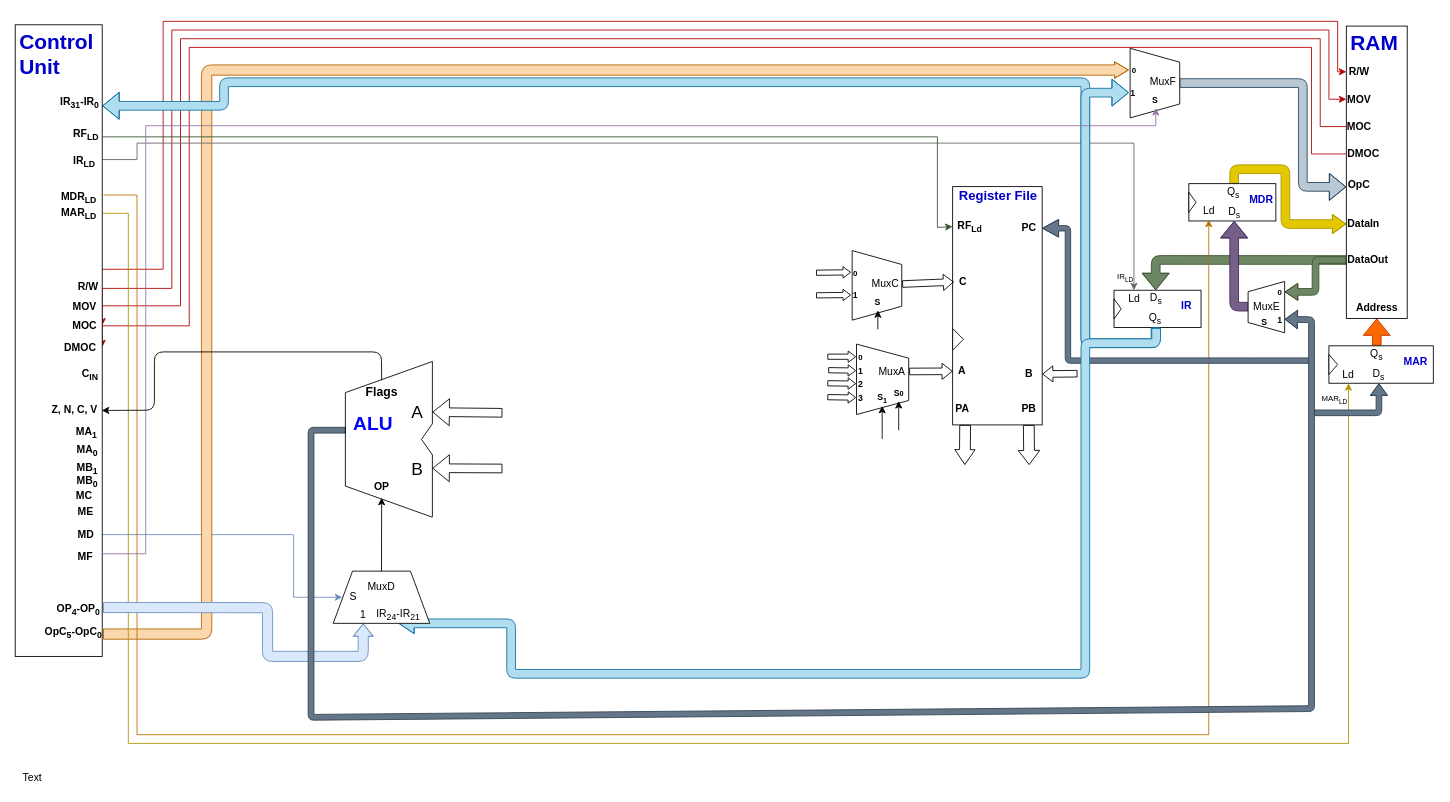
Earlier version of the draw.io diagram MIPS CPU Diagram.drawio (TheParodicts/MIPS_CPU_Diagram). Source tidied: cells renumbered, new cells numbered last; positions are measured from the earlier drawing's top-left corner, leaving out a move shared by most shapes. Both pictures are drawn from the tidied source at 87%, with x=0, y=0 at pixel (15, 21).
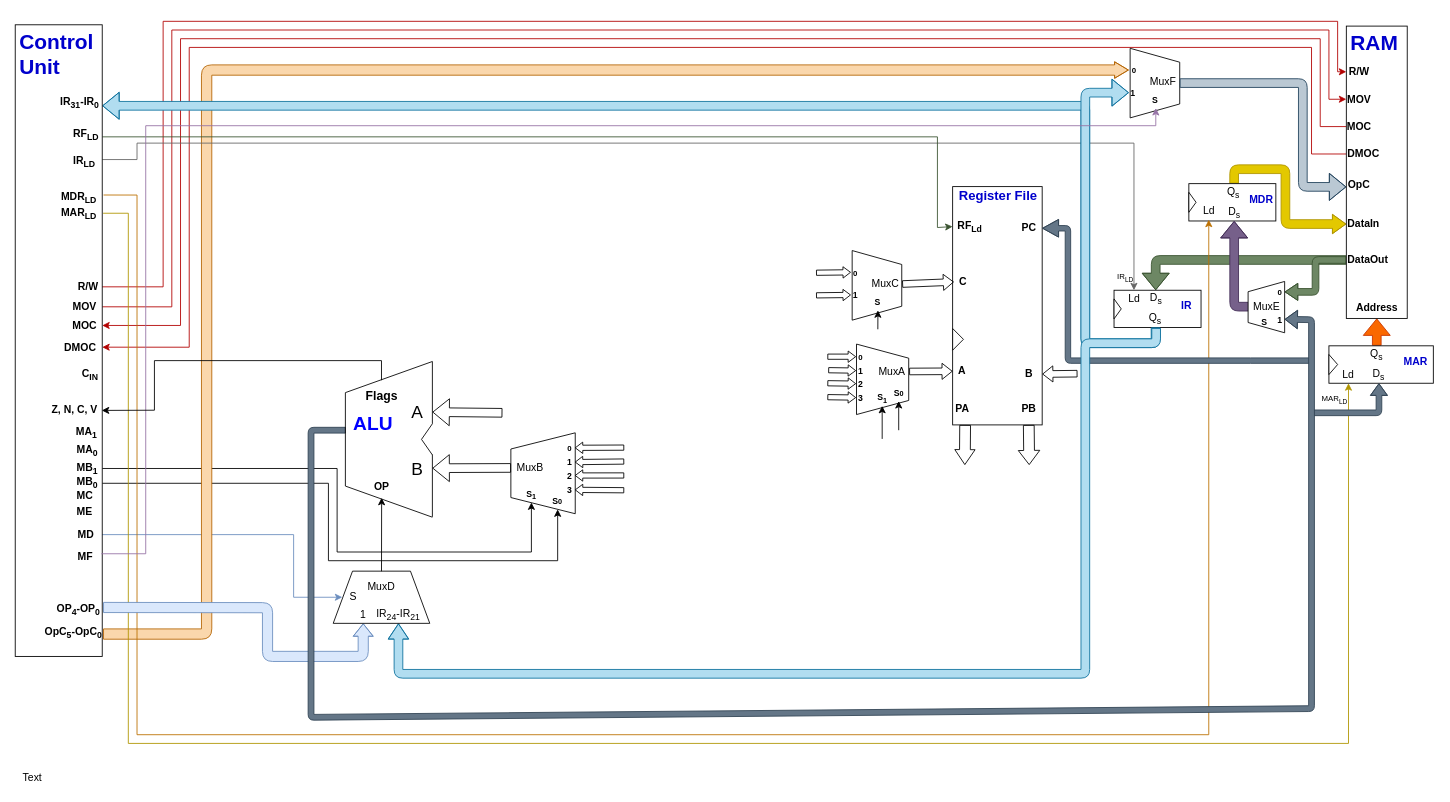
Above is the later version.

Commit message:
MuxB & arrow clean up

Unchanged cells that the change refers to:
```xml
<mxCell id="42" value="Q&lt;sub&gt;s&lt;/sub&gt;" style="text;html=1;strokeColor=none;fillColor=none;align=center;verticalAlign=middle;whiteSpace=wrap;rounded=0;" parent="39" vertex="1">
  <mxGeometry x="31.2" y="22.9" width="33.3" height="20" as="geometry" />
</mxCell>
<mxCell id="99" style="group;" parent="98" vertex="1">
  <mxGeometry width="101" height="726" as="geometry" />
</mxCell>
<mxCell id="102" value="&lt;div style=&quot;text-align: left&quot;&gt;&lt;b&gt;MOC&lt;/b&gt;&lt;/div&gt;" style="text;html=1;strokeColor=none;fillColor=none;align=center;verticalAlign=middle;whiteSpace=wrap;rounded=0;" parent="99" vertex="1">
  <mxGeometry x="60" y="337.4" width="40" height="16.4" as="geometry" />
</mxCell>
<mxCell id="104" value="&lt;div style=&quot;text-align: right&quot;&gt;&lt;b&gt;Z, N, C, V&lt;/b&gt;&lt;/div&gt;" style="text;html=1;strokeColor=none;fillColor=none;align=center;verticalAlign=middle;whiteSpace=wrap;rounded=0;" parent="99" vertex="1">
  <mxGeometry x="36.5" y="433" width="63" height="20.5" as="geometry" />
</mxCell>
<mxCell id="113" value="&lt;div style=&quot;text-align: right&quot;&gt;&lt;b&gt;IR&lt;sub&gt;31&lt;/sub&gt;-IR&lt;sub&gt;0&lt;/sub&gt;&lt;/b&gt;&lt;br&gt;&lt;/div&gt;" style="text;html=1;" parent="99" vertex="1">
  <mxGeometry x="50" y="75.2" width="50" height="35.8" as="geometry" />
</mxCell>
<mxCell id="118" value="&lt;div style=&quot;text-align: left&quot;&gt;&lt;b&gt;DMOC&lt;/b&gt;&lt;/div&gt;" style="text;html=1;strokeColor=none;fillColor=none;align=center;verticalAlign=middle;whiteSpace=wrap;rounded=0;" parent="99" vertex="1">
  <mxGeometry x="50" y="362.5" width="50" height="16.1" as="geometry" />
</mxCell>
<mxCell id="119" value="&lt;div style=&quot;text-align: left&quot;&gt;&lt;b&gt;MOV&lt;/b&gt;&lt;/div&gt;" style="text;html=1;strokeColor=none;fillColor=none;align=center;verticalAlign=middle;whiteSpace=wrap;rounded=0;" parent="99" vertex="1">
  <mxGeometry x="60" y="313.9" width="40" height="20.5" as="geometry" />
</mxCell>
<mxCell id="120" value="&lt;div style=&quot;text-align: left&quot;&gt;&lt;b&gt;R/W&lt;/b&gt;&lt;/div&gt;" style="text;html=1;strokeColor=none;fillColor=none;align=center;verticalAlign=middle;whiteSpace=wrap;rounded=0;" parent="99" vertex="1">
  <mxGeometry x="68.5" y="293.2" width="30" height="16" as="geometry" />
</mxCell>
<mxCell id="129" value="&lt;div style=&quot;text-align: left&quot;&gt;&lt;b&gt;R/W&lt;/b&gt;&lt;/div&gt;" style="text;html=1;strokeColor=none;fillColor=none;align=center;verticalAlign=middle;whiteSpace=wrap;rounded=0;" parent="126" vertex="1">
  <mxGeometry y="42" width="30" height="21" as="geometry" />
</mxCell>
<mxCell id="130" value="&lt;div style=&quot;text-align: left&quot;&gt;&lt;b&gt;MOC&lt;/b&gt;&lt;/div&gt;" style="text;html=1;strokeColor=none;fillColor=none;align=center;verticalAlign=middle;whiteSpace=wrap;rounded=0;" parent="126" vertex="1">
  <mxGeometry y="105" width="30" height="21" as="geometry" />
</mxCell>
<mxCell id="131" value="&lt;div style=&quot;text-align: left&quot;&gt;&lt;b&gt;DMOC&lt;/b&gt;&lt;/div&gt;" style="text;html=1;strokeColor=none;fillColor=none;align=center;verticalAlign=middle;whiteSpace=wrap;rounded=0;" parent="126" vertex="1">
  <mxGeometry y="136.5" width="40" height="21" as="geometry" />
</mxCell>
<mxCell id="135" value="&lt;div style=&quot;text-align: left&quot;&gt;&lt;b&gt;MOV&lt;/b&gt;&lt;/div&gt;" style="text;html=1;strokeColor=none;fillColor=none;align=center;verticalAlign=middle;whiteSpace=wrap;rounded=0;" parent="125" vertex="1">
  <mxGeometry y="70.6" width="30" height="26.9" as="geometry" />
</mxCell>
<mxCell id="156" style="group;" parent="1" vertex="1">
  <mxGeometry x="379.5" y="391" width="180.5" height="179" as="geometry" />
</mxCell>
<mxCell id="163" style="group;" parent="158" vertex="1">
  <mxGeometry y="21.5" width="100" height="135.1" as="geometry" />
</mxCell>
<mxCell id="169" value="B" style="text;html=1;strokeColor=none;fillColor=none;align=center;verticalAlign=middle;whiteSpace=wrap;rounded=0;fontSize=20;fontColor=#000000;" parent="163" vertex="1">
  <mxGeometry x="66.7" y="92.2" width="33.3" height="17.9" as="geometry" />
</mxCell>
<mxCell id="179" value="&lt;font style=&quot;font-size: 12px&quot;&gt;IR&lt;sub&gt;24&lt;/sub&gt;-IR&lt;sub&gt;21&lt;/sub&gt;&lt;/font&gt;" style="text;html=1;strokeColor=none;fillColor=none;align=center;verticalAlign=middle;whiteSpace=wrap;rounded=0;fontSize=12;fontColor=#000000;" parent="174" vertex="1">
  <mxGeometry x="44.5" y="40" width="61" height="20" as="geometry" />
</mxCell>
```

Change to the diagram source:
```diff
@@
+    <mxCell id="180" style="endArrow=classic;html=1;entryX=0.5;entryY=1;entryDx=0;entryDy=0;exitX=0.5;exitY=0;exitDx=0;exitDy=0;rounded=0;edgeStyle=orthogonalEdgeStyle;" parent="1" edge="1" source="107" target="183">
+      <mxGeometry relative="1" as="geometry">
+        <Array as="points">
+          <mxPoint x="370" y="514" />
+          <mxPoint x="370" y="610" />
+          <mxPoint x="593" y="610" />
+        </Array>
+      </mxGeometry>
+    </mxCell>
+    <mxCell id="181" style="endArrow=classic;html=1;entryX=0.5;entryY=1;entryDx=0;entryDy=0;exitX=1;exitY=0.5;exitDx=0;exitDy=0;rounded=0;edgeStyle=orthogonalEdgeStyle;" parent="1" edge="1" source="108" target="184">
+      <mxGeometry relative="1" as="geometry">
+        <Array as="points">
+          <mxPoint x="360" y="531" />
+          <mxPoint x="360" y="620" />
+          <mxPoint x="623" y="620" />
+        </Array>
+      </mxGeometry>
+    </mxCell>
+    <mxCell id="182" style="shape=trapezoid;perimeter=trapezoidPerimeter;whiteSpace=wrap;html=1;rotation=90;flipH=0;flipV=1;" parent="1" vertex="1">
+      <mxGeometry x="560.2" y="482.5" width="93" height="74" as="geometry" />
+    </mxCell>
@@
     <mxCell id="3" style="edgeStyle=orthogonalEdgeStyle;rounded=0;jettySize=auto;html=1;entryX=1;entryY=0.5;entryDx=0;entryDy=0;fillColor=#e51400;strokeColor=#B20000;exitX=0;exitY=0.5;exitDx=0;exitDy=0;" parent="1" edge="1" source="130" target="102">
       <mxGeometry relative="1" as="geometry">
         <Array as="points">
           <mxPoint x="1500" y="121" />
           <mxPoint x="1500" y="20" />
           <mxPoint x="190" y="20" />
-          <mxPoint x="190" y="327" />
-          <mxPoint x="100" y="327" />
+          <mxPoint x="190" y="349" />
         </Array>
       </mxGeometry>
     </mxCell>
     <mxCell id="4" style="edgeStyle=orthogonalEdgeStyle;rounded=0;jettySize=auto;html=1;entryX=1;entryY=0.5;entryDx=0;entryDy=0;fillColor=#e51400;strokeColor=#B20000;" parent="1" edge="1" source="131" target="118">
       <mxGeometry relative="1" as="geometry">
         <Array as="points">
           <mxPoint x="1490" y="153" />
           <mxPoint x="1490" y="30" />
           <mxPoint x="200" y="30" />
-          <mxPoint x="200" y="350" />
-          <mxPoint x="100" y="350" />
+          <mxPoint x="200" y="374" />
         </Array>
       </mxGeometry>
     </mxCell>
     <mxCell id="5" style="endArrow=classic;html=1;exitX=1;exitY=0.5;exitDx=0;exitDy=0;entryX=0;entryY=0.5;entryDx=0;entryDy=0;edgeStyle=orthogonalEdgeStyle;rounded=0;fillColor=#e51400;strokeColor=#B20000;" parent="1" edge="1" source="120" target="129">
       <mxGeometry relative="1" as="geometry">
         <Array as="points">
-          <mxPoint x="99" y="285" />
-          <mxPoint x="170" y="285" />
+          <mxPoint x="170" y="305" />
           <mxPoint x="170" />
           <mxPoint x="1520" />
           <mxPoint x="1520" y="58" />
         </Array>
       </mxGeometry>
     </mxCell>
     <mxCell id="6" style="endArrow=classic;html=1;exitX=1;exitY=0.5;exitDx=0;exitDy=0;entryX=0;entryY=0.5;entryDx=0;entryDy=0;edgeStyle=orthogonalEdgeStyle;rounded=0;fillColor=#e51400;strokeColor=#B20000;" parent="1" edge="1" source="119" target="135">
       <mxGeometry relative="1" as="geometry">
         <Array as="points">
-          <mxPoint x="100" y="307" />
-          <mxPoint x="180" y="307" />
+          <mxPoint x="180" y="328" />
           <mxPoint x="180" y="10" />
           <mxPoint x="1510" y="10" />
-          <mxPoint x="1510" y="90" />
+          <mxPoint x="1510" y="89" />
         </Array>
       </mxGeometry>
     </mxCell>
@@
     <mxCell id="57" style="shape=flexArrow;endArrow=classic;html=1;exitX=0.5;exitY=1;exitDx=0;exitDy=0;entryX=1;entryY=0.5;entryDx=0;entryDy=0;edgeStyle=orthogonalEdgeStyle;fillColor=#b1ddf0;strokeColor=#10739e;" parent="1" edge="1" source="42" target="113">
       <mxGeometry relative="1" as="geometry">
         <Array as="points">
           <mxPoint x="1311" y="370" />
           <mxPoint x="1230" y="370" />
-          <mxPoint x="1230" y="70" />
-          <mxPoint x="240" y="70" />
-          <mxPoint x="240" y="97" />
+          <mxPoint x="1230" y="97" />
         </Array>
       </mxGeometry>
     </mxCell>
@@
-    <mxCell id="107" value="&lt;div style=&quot;text-align: right&quot;&gt;&lt;b&gt;MB&lt;sub&gt;1&lt;/sub&gt;&lt;/b&gt;&lt;br&gt;&lt;/div&gt;" style="text;html=1;direction=south;" parent="99" vertex="1">
-      <mxGeometry x="69" y="495.3" width="25" height="32.7" as="geometry" />
+    <mxCell id="107" value="&lt;div style=&quot;text-align: right&quot;&gt;&lt;b&gt;MB&lt;sub&gt;1&lt;/sub&gt;&lt;/b&gt;&lt;br&gt;&lt;/div&gt;" style="text;html=1;direction=south;verticalAlign=middle;" parent="99" vertex="1">
+      <mxGeometry x="69" y="500" width="31" height="20" as="geometry" />
     </mxCell>
-    <mxCell id="108" value="&lt;div style=&quot;text-align: right&quot;&gt;&lt;b&gt;MB&lt;sub&gt;0&lt;/sub&gt;&lt;/b&gt;&lt;br&gt;&lt;/div&gt;" style="text;html=1;" parent="99" vertex="1">
-      <mxGeometry x="69" y="510.1" width="30" height="22.5" as="geometry" />
+    <mxCell id="108" value="&lt;div style=&quot;text-align: right&quot;&gt;&lt;b&gt;MB&lt;sub&gt;0&lt;/sub&gt;&lt;/b&gt;&lt;br&gt;&lt;/div&gt;" style="text;html=1;verticalAlign=middle;" parent="99" vertex="1">
+      <mxGeometry x="69" y="520" width="31" height="14" as="geometry" />
     </mxCell>
     <mxCell id="109" value="&lt;div style=&quot;text-align: right&quot;&gt;&lt;b&gt;MC&lt;/b&gt;&lt;/div&gt;" style="text;html=1;" parent="99" vertex="1">
-      <mxGeometry x="68" y="528.2" width="30" height="20.4" as="geometry" />
+      <mxGeometry x="69" y="528.2" width="30" height="20.4" as="geometry" />
     </mxCell>
@@
     <mxCell id="111" value="&lt;div style=&quot;text-align: right&quot;&gt;&lt;b&gt;ME&lt;/b&gt;&lt;/div&gt;" style="text;html=1;" parent="99" vertex="1">
-      <mxGeometry x="70" y="546" width="31" height="20" as="geometry" />
+      <mxGeometry x="69" y="546" width="31" height="20" as="geometry" />
     </mxCell>
@@
-    <mxCell id="151" style="endArrow=classic;html=1;fontSize=12;fontColor=#000000;exitX=0.5;exitY=0;exitDx=0;exitDy=0;entryX=1;entryY=0.5;entryDx=0;entryDy=0;" parent="1" edge="1" source="170" target="104">
+    <mxCell id="151" style="endArrow=classic;html=1;fontSize=12;fontColor=#000000;exitX=0.5;exitY=0;exitDx=0;exitDy=0;entryX=1;entryY=0.5;entryDx=0;entryDy=0;rounded=0;" parent="1" edge="1" source="170" target="104">
       <mxGeometry relative="1" as="geometry">
         <Array as="points">
-          <mxPoint x="421" y="380" />
-          <mxPoint x="160" y="380" />
+          <mxPoint x="421" y="390" />
+          <mxPoint x="160" y="390" />
           <mxPoint x="160" y="447" />
         </Array>
       </mxGeometry>
     </mxCell>
@@
     <mxCell id="154" style="shape=flexArrow;endArrow=classic;html=1;exitX=0.5;exitY=1;exitDx=0;exitDy=0;edgeStyle=orthogonalEdgeStyle;fillColor=#b1ddf0;strokeColor=#10739e;endWidth=12.571428571428571;endSize=5.525714285714286;entryX=0.5;entryY=1;entryDx=0;entryDy=0;" parent="1" edge="1" target="179">
       <mxGeometry relative="1" as="geometry">
         <mxPoint x="1311.4" y="352.6" as="sourcePoint" />
         <Array as="points">
           <mxPoint x="1311" y="370" />
           <mxPoint x="1230" y="370" />
           <mxPoint x="1230" y="750" />
-          <mxPoint x="570" y="750" />
+          <mxPoint x="441" y="750" />
         </Array>
       </mxGeometry>
     </mxCell>
@@
-    <mxCell id="170" value="Flags" style="text;html=1;strokeColor=none;fillColor=none;align=center;verticalAlign=middle;whiteSpace=wrap;rounded=0;fontSize=14;fontColor=#000000;fontStyle=1;" parent="163" vertex="1">
-      <mxGeometry x="25" width="33.3" height="26" as="geometry" />
+    <mxCell id="170" value="Flags" style="text;html=1;strokeColor=none;fillColor=none;align=center;verticalAlign=bottom;whiteSpace=wrap;rounded=0;fontSize=14;fontColor=#000000;fontStyle=1;" parent="163" vertex="1">
+      <mxGeometry x="25" width="33" height="29" as="geometry" />
     </mxCell>
@@
-    <mxCell id="173" style="shape=flexArrow;endArrow=classic;html=1;fontSize=12;fontColor=#000000;entryX=1;entryY=0.5;entryDx=0;entryDy=0;" parent="156" edge="1" target="169">
-      <mxGeometry relative="1" as="geometry">
-        <mxPoint x="180.5" y="123" as="sourcePoint" />
-      </mxGeometry>
-    </mxCell>
@@
+    <mxCell id="183" value="&lt;font size=&quot;1&quot;&gt;&lt;b&gt;S&lt;sub&gt;1&lt;/sub&gt;&lt;/b&gt;&lt;/font&gt;" style="text;html=1;strokeColor=none;fillColor=none;align=center;verticalAlign=middle;whiteSpace=wrap;rounded=0;" parent="1" vertex="1">
+      <mxGeometry x="579.9" y="533" width="26.8" height="20" as="geometry" />
+    </mxCell>
+    <mxCell id="184" value="&lt;b&gt;&lt;font size=&quot;1&quot;&gt;S&lt;/font&gt;&lt;span style=&quot;font-size: 8.33333px&quot;&gt;0&lt;/span&gt;&lt;/b&gt;" style="text;html=1;strokeColor=none;fillColor=none;align=center;verticalAlign=middle;whiteSpace=wrap;rounded=0;" parent="1" vertex="1">
+      <mxGeometry x="610.1" y="541" width="26.8" height="20" as="geometry" />
+    </mxCell>
+    <mxCell id="185" value="MuxB" style="text;html=1;strokeColor=none;fillColor=none;align=center;verticalAlign=middle;whiteSpace=wrap;rounded=0;" parent="1" vertex="1">
+      <mxGeometry x="569.9" y="503.1" width="44.4" height="20.5" as="geometry" />
+    </mxCell>
+    <mxCell id="186" style="shape=flexArrow;endArrow=classic;html=1;width=6;endSize=2.5395348837209304;endWidth=6.046511627906977;entryX=1;entryY=0.5;entryDx=0;entryDy=0;" parent="1" edge="1" target="190">
+      <mxGeometry relative="1" as="geometry">
+        <mxPoint x="700" y="490" as="sourcePoint" />
+      </mxGeometry>
+    </mxCell>
+    <mxCell id="187" style="shape=flexArrow;endArrow=classic;html=1;width=6;endSize=2.5395348837209304;endWidth=6.046511627906977;entryX=1;entryY=0.5;entryDx=0;entryDy=0;" parent="1" edge="1" target="191">
+      <mxGeometry relative="1" as="geometry">
+        <mxPoint x="700" y="506" as="sourcePoint" />
+      </mxGeometry>
+    </mxCell>
+    <mxCell id="188" style="shape=flexArrow;endArrow=classic;html=1;entryX=1;entryY=0.5;entryDx=0;entryDy=0;width=6;endSize=2.5395348837209304;endWidth=6.046511627906977;" parent="1" edge="1" target="192">
+      <mxGeometry relative="1" as="geometry">
+        <mxPoint x="700" y="522" as="sourcePoint" />
+      </mxGeometry>
+    </mxCell>
+    <mxCell id="189" style="shape=flexArrow;endArrow=classic;html=1;entryX=1;entryY=0.5;entryDx=0;entryDy=0;width=6;endSize=2.5395348837209304;endWidth=6.046511627906977;" parent="1" edge="1" target="193">
+      <mxGeometry relative="1" as="geometry">
+        <mxPoint x="700" y="539" as="sourcePoint" />
+      </mxGeometry>
+    </mxCell>
+    <mxCell id="173" style="shape=flexArrow;endArrow=classic;html=1;fontSize=12;fontColor=#000000;entryX=1;entryY=0.5;entryDx=0;entryDy=0;exitX=0;exitY=0.5;exitDx=0;exitDy=0;" parent="1" edge="1" source="185" target="169">
+      <mxGeometry relative="1" as="geometry" />
+    </mxCell>
+    <mxCell id="190" value="&lt;font style=&quot;font-size: 9px&quot;&gt;&lt;b&gt;0&lt;/b&gt;&lt;/font&gt;" style="text;html=1;strokeColor=none;fillColor=none;align=center;verticalAlign=middle;whiteSpace=wrap;rounded=0;" parent="1" vertex="1">
+      <mxGeometry x="632.1" y="480" width="11.1" height="20.5" as="geometry" />
+    </mxCell>
+    <mxCell id="191" value="&lt;font size=&quot;1&quot;&gt;&lt;b&gt;1&lt;/b&gt;&lt;/font&gt;" style="text;html=1;strokeColor=none;fillColor=none;align=center;verticalAlign=middle;whiteSpace=wrap;rounded=0;" parent="1" vertex="1">
+      <mxGeometry x="632.1" y="496.4" width="11.1" height="20.5" as="geometry" />
+    </mxCell>
+    <mxCell id="192" value="&lt;font size=&quot;1&quot;&gt;&lt;b&gt;2&lt;/b&gt;&lt;/font&gt;" style="text;html=1;strokeColor=none;fillColor=none;align=center;verticalAlign=middle;whiteSpace=wrap;rounded=0;" parent="1" vertex="1">
+      <mxGeometry x="632.1" y="511.8" width="11.1" height="20.5" as="geometry" />
+    </mxCell>
+    <mxCell id="193" value="&lt;font size=&quot;1&quot;&gt;&lt;b&gt;3&lt;/b&gt;&lt;/font&gt;" style="text;html=1;strokeColor=none;fillColor=none;align=center;verticalAlign=middle;whiteSpace=wrap;rounded=0;" parent="1" vertex="1">
+      <mxGeometry x="632.1" y="528.3" width="11.1" height="20.5" as="geometry" />
+    </mxCell>
```
